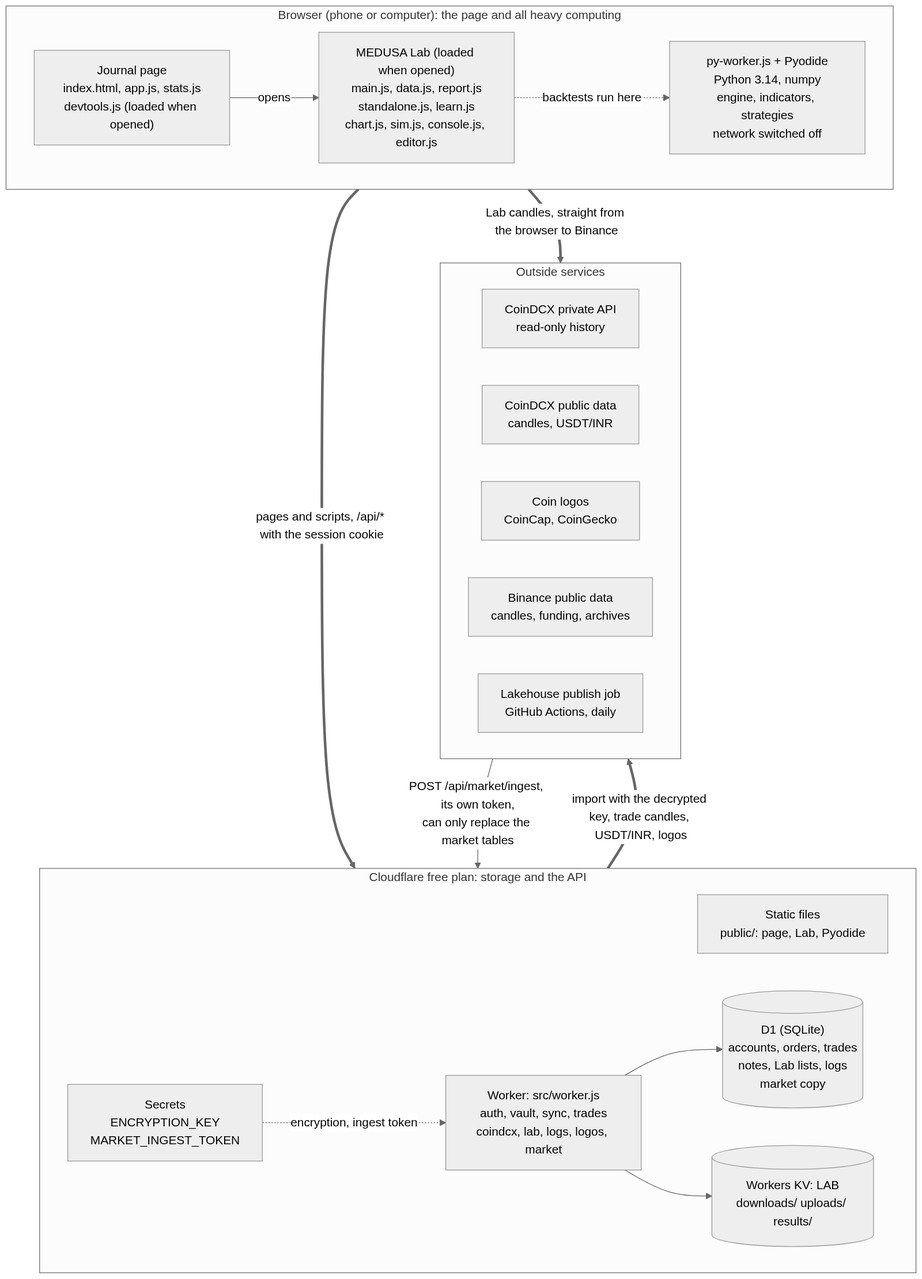
This is docs/images/diagrams/app-architecture.png from shivam65-sketch/medusa, a Mermaid export, as it was before one commit. Its source is kept beside it as docs/diagrams/app-architecture.mmd.
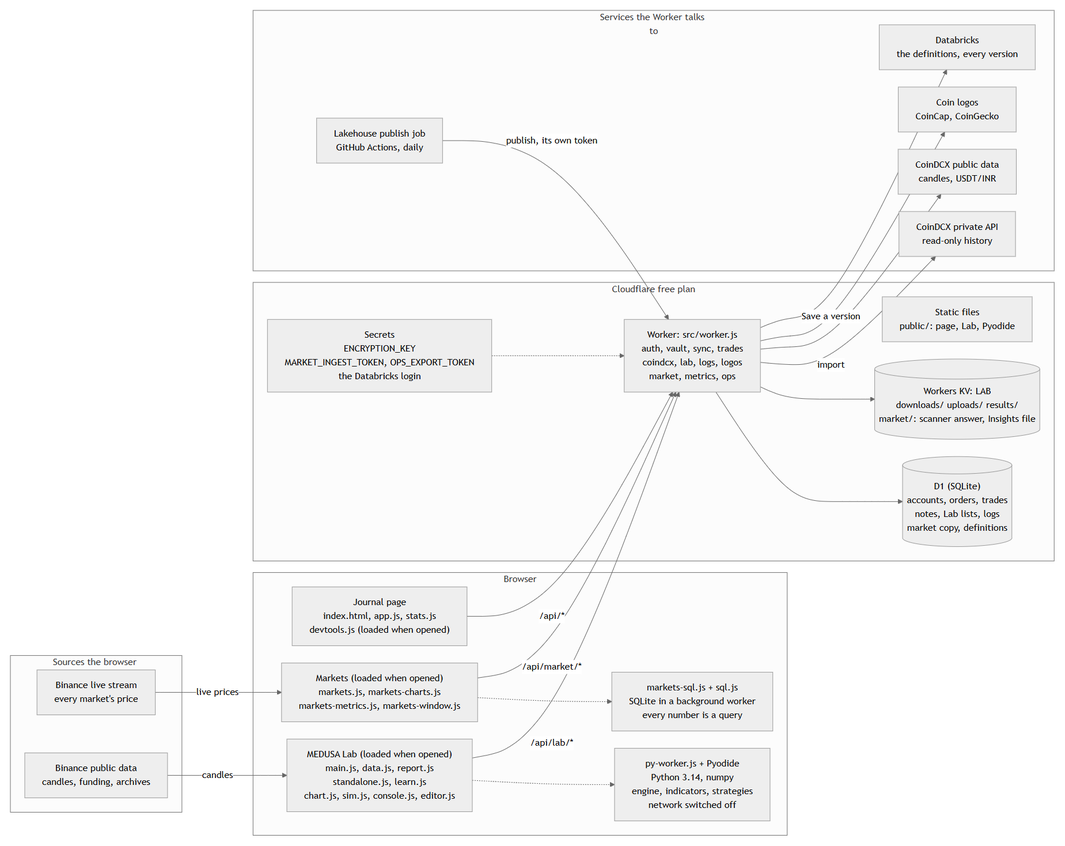
Later version of the same file.

What changed in the source:
```diff
@@ -1,33 +1,46 @@
 %%{init: {"theme": "neutral"}}%%
-flowchart TB
-  subgraph B["Browser (phone or computer): the page and all heavy computing"]
-    direction LR
+flowchart LR
+  subgraph X1["Sources the browser reaches"]
+    direction TB
+    BL["Binance live stream<br>every market's price"]
+    BN["Binance public data<br>candles, funding, archives"]
+  end
+  subgraph B["Browser"]
+    direction TB
     J["Journal page<br>index.html, app.js, stats.js<br>devtools.js (loaded when opened)"]
+    M["Markets (loaded when opened)<br>markets.js, markets-charts.js<br>markets-metrics.js, markets-window.js"]
+    SQ["markets-sql.js + sql.js<br>SQLite in a background worker<br>every number is a query"]
     LAB["MEDUSA Lab (loaded when opened)<br>main.js, data.js, report.js<br>standalone.js, learn.js<br>chart.js, sim.js, console.js, editor.js"]
     PY["py-worker.js + Pyodide<br>Python 3.14, numpy<br>engine, indicators, strategies<br>network switched off"]
-    J -->|"opens"| LAB
-    LAB -.->|"backtests run here"| PY
+    M -.-> SQ
+    LAB -.-> PY
   end
-  subgraph CF["Cloudflare free plan: storage and the API"]
-    direction LR
+  subgraph CF["Cloudflare free plan"]
+    direction TB
     A["Static files<br>public/: page, Lab, Pyodide"]
-    S["Secrets<br>ENCRYPTION_KEY<br>MARKET_INGEST_TOKEN"]
-    W["Worker: src/worker.js<br>auth, vault, sync, trades<br>coindcx, lab, logs, logos, market"]
-    D[("D1 (SQLite)<br>accounts, orders, trades<br>notes, Lab lists, logs<br>market copy")]
-    K[("Workers KV: LAB<br>downloads/ uploads/ results/")]
-    S -.->|"encryption, ingest token"| W
+    W["Worker: src/worker.js<br>auth, vault, sync, trades<br>coindcx, lab, logs, logos<br>market, metrics, ops"]
+    S["Secrets<br>ENCRYPTION_KEY<br>MARKET_INGEST_TOKEN, OPS_EXPORT_TOKEN<br>the Databricks login"]
+    D[("D1 (SQLite)<br>accounts, orders, trades<br>notes, Lab lists, logs<br>market copy, definitions")]
+    K[("Workers KV: LAB<br>downloads/ uploads/ results/<br>market/: scanner answer, Insights file")]
+    S -.-> W
     W --> D
     W --> K
   end
-  subgraph X["Outside services"]
-    direction LR
+  subgraph X2["Services the Worker talks to"]
+    direction TB
     CD["CoinDCX private API<br>read-only history"]
     CP["CoinDCX public data<br>candles, USDT/INR"]
     LG["Coin logos<br>CoinCap, CoinGecko"]
-    BN["Binance public data<br>candles, funding, archives"]
     PJ["Lakehouse publish job<br>GitHub Actions, daily"]
+    DB["Databricks<br>the definitions, every version"]
   end
-  PJ -->|"POST /api/market/ingest, its own token,<br>can only replace the market tables"| W
-  B ==>|"pages and scripts, /api/* with the session cookie"| CF
-  CF ==>|"import with the decrypted key, trade candles, USDT/INR, logos"| X
-  B ==>|"Lab candles, straight from the browser to Binance"| X
+  BL -->|"live prices"| M
+  BN -->|"candles"| LAB
+  J -->|"/api/*"| W
+  M -->|"/api/market/*"| W
+  LAB -->|"/api/lab/*"| W
+  W -->|"import"| CD
+  W --> CP
+  W --> LG
+  PJ -->|"publish, its own token"| W
+  W -->|"Save a version"| DB
```
